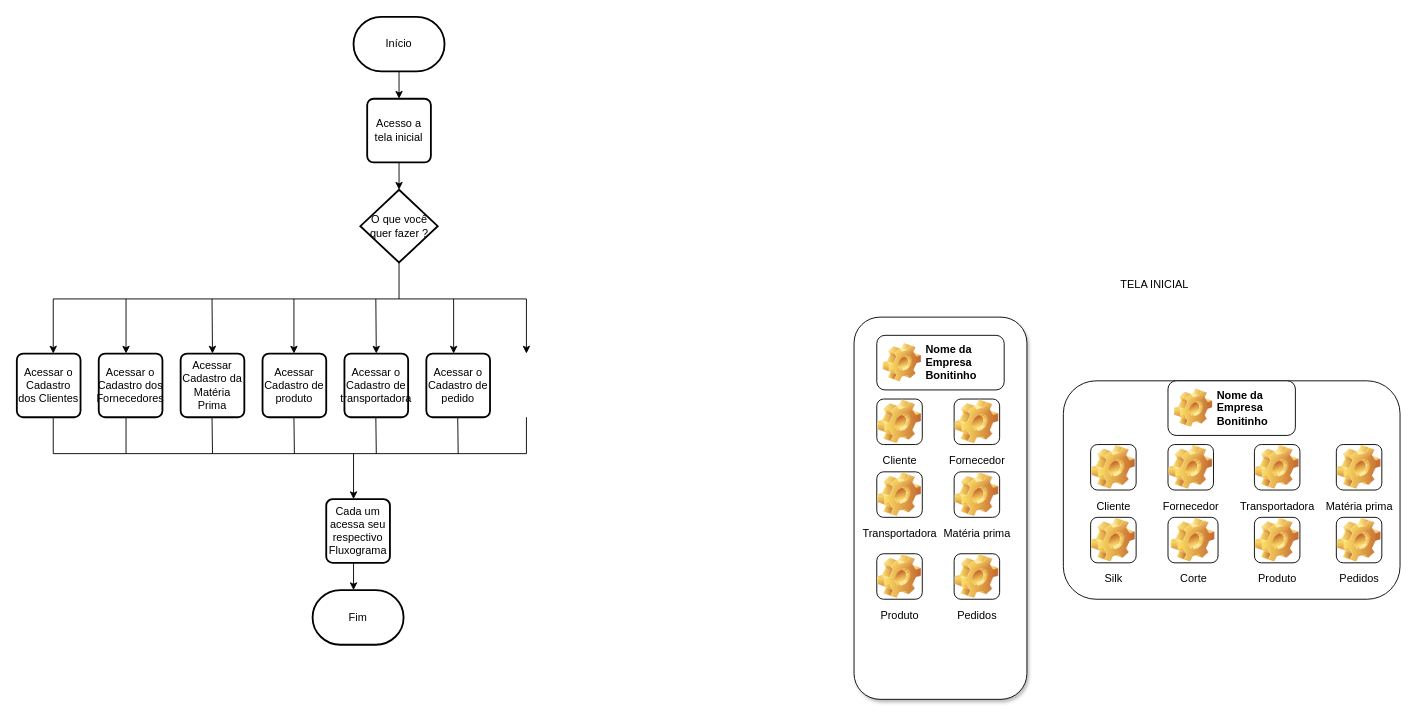
This is page "Tela-Inicial" (1 of 13) of DOC/Fluxograma.drawio from GuilhermeIgarashi7/avatar-Fluxograma, a draw.io file, before an edit. Source tidied: cells renumbered, new cells numbered last; positions are measured from the earlier drawing's top-left corner, leaving out a move shared by most shapes. Both pictures are drawn from the tidied source at 91%, with x=0, y=0 at pixel (16, 16).
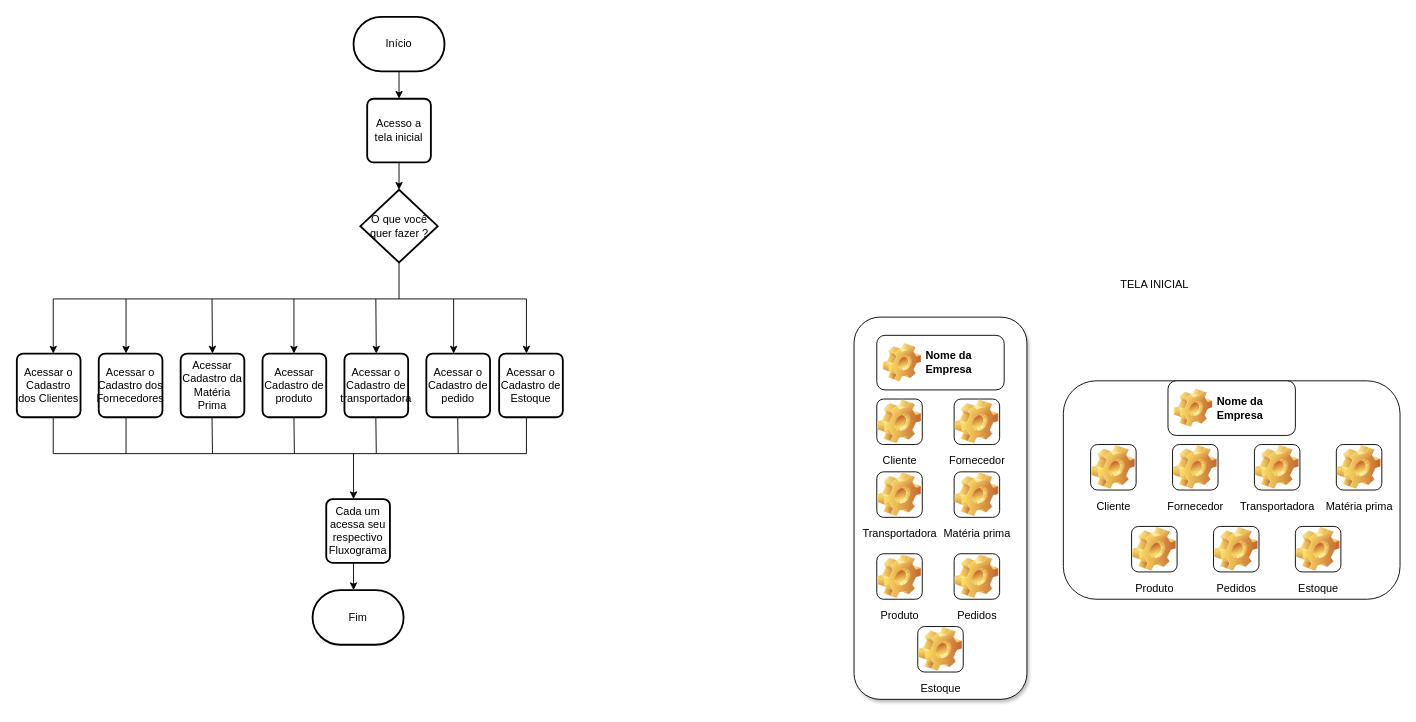
The same page after the edit.

Commit message (it also covers changes not shown here):
Falta só o cadastro de estoque

Change to the diagram source:
```diff
@@
-    <mxCell id="35" value="Nome da Empresa Bonitinho" style="label;whiteSpace=wrap;html=1;image=img/clipart/Gear_128x128.png;" parent="1" vertex="1">
+    <mxCell id="35" value="Nome da Empresa " style="label;whiteSpace=wrap;html=1;image=img/clipart/Gear_128x128.png;" parent="1" vertex="1">
       <mxGeometry x="945" y="350" width="140" height="60" as="geometry" />
     </mxCell>
@@
-    <mxCell id="43" value="Nome da Empresa Bonitinho" style="label;whiteSpace=wrap;html=1;image=img/clipart/Gear_128x128.png;" parent="1" vertex="1">
+    <mxCell id="43" value="Nome da Empresa " style="label;whiteSpace=wrap;html=1;image=img/clipart/Gear_128x128.png;" parent="1" vertex="1">
       <mxGeometry x="1265" y="400" width="140" height="60" as="geometry" />
     </mxCell>
@@
     <mxCell id="45" value="Fornecedor" style="icon;html=1;image=img/clipart/Gear_128x128.png;" parent="1" vertex="1">
-      <mxGeometry x="1265" y="470" width="50" height="50" as="geometry" />
+      <mxGeometry x="1270" y="470" width="50" height="50" as="geometry" />
     </mxCell>
@@
-    <mxCell id="48" value="Silk" style="icon;html=1;image=img/clipart/Gear_128x128.png;" parent="1" vertex="1">
-      <mxGeometry x="1180" y="550" width="50" height="50" as="geometry" />
-    </mxCell>
-    <mxCell id="49" value="Corte" style="icon;html=1;image=img/clipart/Gear_128x128.png;" parent="1" vertex="1">
-      <mxGeometry x="1265" y="550" width="55" height="50" as="geometry" />
-    </mxCell>
     <mxCell id="50" value="Produto" style="icon;html=1;image=img/clipart/Gear_128x128.png;" parent="1" vertex="1">
-      <mxGeometry x="1360" y="550" width="50" height="50" as="geometry" />
+      <mxGeometry x="1225" y="560" width="50" height="50" as="geometry" />
     </mxCell>
     <mxCell id="51" value="Pedidos" style="icon;html=1;image=img/clipart/Gear_128x128.png;" parent="1" vertex="1">
-      <mxGeometry x="1450" y="550" width="50" height="50" as="geometry" />
+      <mxGeometry x="1315" y="560" width="50" height="50" as="geometry" />
     </mxCell>
@@
+    <mxCell id="53" value="Estoque" style="icon;html=1;image=img/clipart/Gear_128x128.png;" parent="1" vertex="1">
+      <mxGeometry x="990" y="670" width="50" height="50" as="geometry" />
+    </mxCell>
+    <mxCell id="54" value="Estoque" style="icon;html=1;image=img/clipart/Gear_128x128.png;" parent="1" vertex="1">
+      <mxGeometry x="1405" y="560" width="50" height="50" as="geometry" />
+    </mxCell>
+    <mxCell id="55" value="Acessar o Cadastro de Estoque" style="rounded=1;whiteSpace=wrap;html=1;absoluteArcSize=1;arcSize=14;strokeWidth=2;" parent="1" vertex="1">
+      <mxGeometry x="530" y="370" width="70" height="70" as="geometry" />
+    </mxCell>
```
